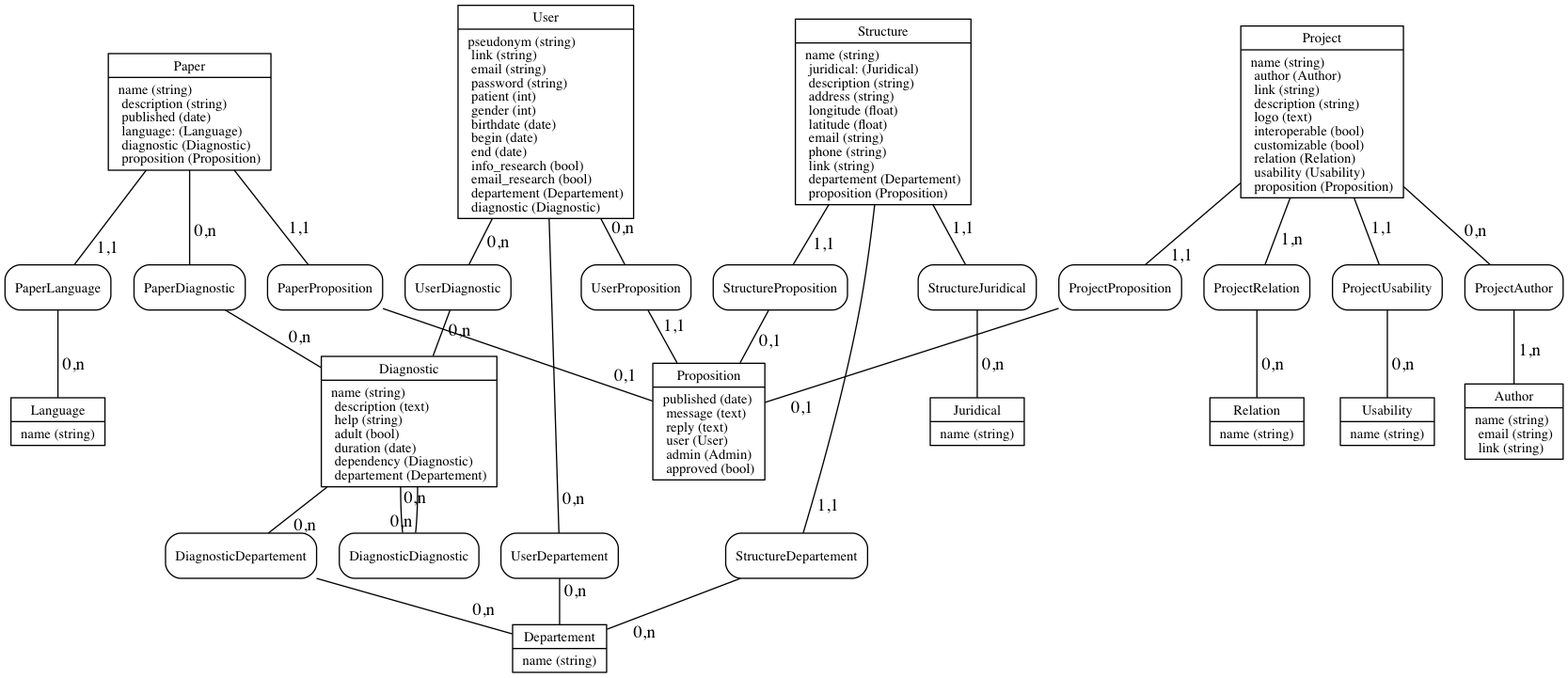
Before: mcd.png, a diagram exported from Graphviz (adjivas/site-ref). Its source is kept beside it as mcd.dot.
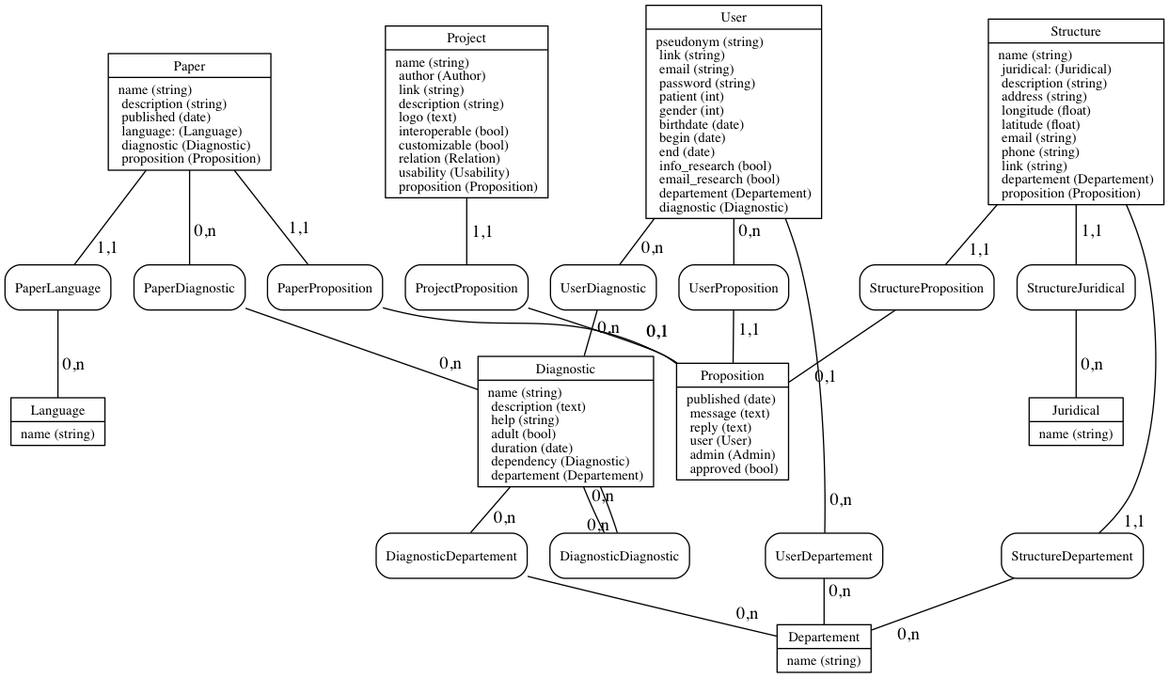
The same diagram one commit later.

What changed in the source:
```diff
@@ -1,7 +1,6 @@
 graph siteRef {
 
- splines = true;
- overlap = scalexy;
+ splines=true;
  node [fontsize = 11];
 
 
@@ -59,26 +58,6 @@
    proposition (Proposition)\l
  }", shape=record];
 
- nodeTableAuthor [label = "{
-  Author
-   |
-   name (string)\l
-   email (string)\l
-   link (string)\l
- }", shape=record];
-
- nodeTableRelation [label = "{
-  Relation
-   |
-   name (string)\l
- }", shape=record];
-
- nodeTableUsability [label = "{
-  Usability
-   |
-   name (string)\l
- }", shape=record];
-
  nodeTableProposition [label = "{
   Proposition
    |
@@ -132,10 +111,7 @@
  nodeRelationStructureJuridical [label = "{StructureJuridical}", shape = Mrecord];
  nodeRelationStructureDepartement [label = "{StructureDepartement}", shape = Mrecord];
  nodeRelationStructureProposition [label = "{StructureProposition}", shape = Mrecord];
- nodeRelationProjectRelation [label = "{ProjectRelation}", shape = Mrecord];
- nodeRelationProjectUsability [label = "{ProjectUsability}", shape = Mrecord];
  nodeRelationProjectProposition [label = "{ProjectProposition}", shape = Mrecord];
- nodeRelationProjectAuthor [label = "{ProjectAuthor}", shape = Mrecord];
  nodeRelationDiagnosticDiagnostic [label = "{DiagnosticDiagnostic}", shape = Mrecord];
  nodeRelationDiagnosticDepartement [label = "{DiagnosticDepartement}", shape = Mrecord];
  nodeRelationUserDepartement [label = "{UserDepartement}", shape = Mrecord];
@@ -156,14 +132,8 @@
  nodeRelationStructureDepartement -- nodeTableDepartement [headlabel = "0,n", labeldistance = 3];
  nodeTableStructure -- nodeRelationStructureProposition [headlabel = "1,1", labeldistance = 3];
  nodeRelationStructureProposition -- nodeTableProposition [headlabel = "0,1", labeldistance = 3];
- nodeTableProject -- nodeRelationProjectRelation [headlabel = "1,n", labeldistance = 3];
- nodeRelationProjectRelation -- nodeTableRelation [headlabel = "0,n", labeldistance = 3];
- nodeTableProject -- nodeRelationProjectUsability [headlabel = "1,1", labeldistance = 3];
- nodeRelationProjectUsability -- nodeTableUsability [headlabel = "0,n", labeldistance = 3];
  nodeTableProject -- nodeRelationProjectProposition [headlabel = "1,1", labeldistance = 3];
  nodeRelationProjectProposition -- nodeTableProposition [headlabel = "0,1", labeldistance = 3];
- nodeTableProject -- nodeRelationProjectAuthor [headlabel = "0,n", labeldistance = 3];
- nodeRelationProjectAuthor -- nodeTableAuthor [headlabel = "1,n", labeldistance = 3];
  nodeTableDiagnostic -- nodeRelationDiagnosticDiagnostic [headlabel = "0,n", labeldistance = 3];
  nodeRelationDiagnosticDiagnostic -- nodeTableDiagnostic [headlabel = "0,n", labeldistance = 3];
  nodeTableDiagnostic -- nodeRelationDiagnosticDepartement [headlabel = "0,n", labeldistance = 3];
```
